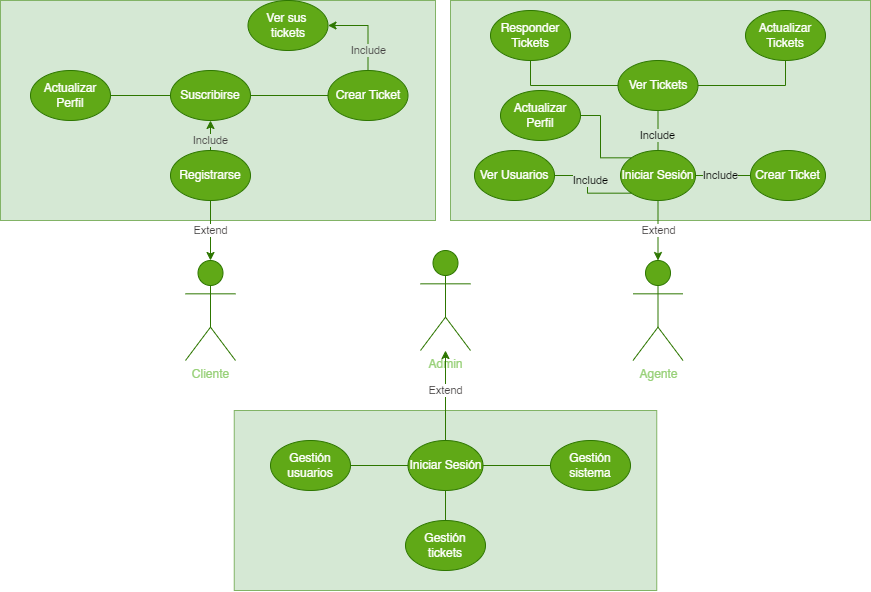
Above: Documentation/Diagrams/CasosUso.png in eloylozano/deskify (draw.io), before the change. Source tidied: cells renumbered, new cells last; positions are measured from the earlier drawing's top-left corner, leaving out a move shared by most shapes.
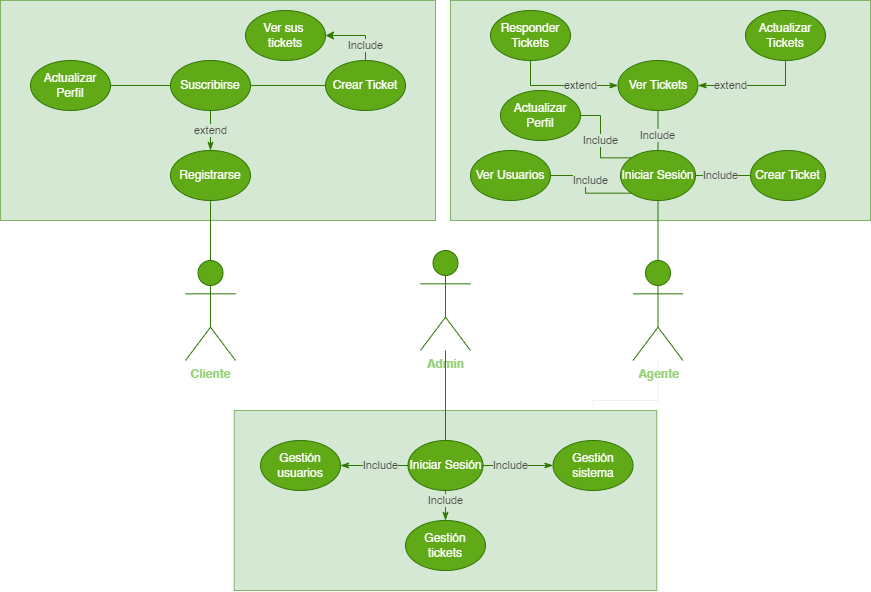
After the commit.

Change to the diagram source:
```diff
@@ -8,15 +8,13 @@
     <mxCell id="3" style="rounded=0;whiteSpace=wrap;html=1;fillColor=#d5e8d4;strokeColor=#82b366;" parent="1" vertex="1">
       <mxGeometry width="435" height="220" as="geometry" />
     </mxCell>
-    <mxCell id="4" style="edgeStyle=orthogonalEdgeStyle;rounded=0;jettySize=auto;html=1;fillColor=#60a917;strokeColor=#2D7600;exitX=0.5;exitY=1;exitDx=0;exitDy=0;entryX=0.5;entryY=0;entryDx=0;entryDy=0;entryPerimeter=0;" parent="1" edge="1" source="29" target="6">
+    <mxCell id="4" style="edgeStyle=orthogonalEdgeStyle;rounded=0;jettySize=auto;html=1;fillColor=#60a917;strokeColor=#2D7600;exitX=0.5;exitY=1;exitDx=0;exitDy=0;entryX=0.5;entryY=0;entryDx=0;entryDy=0;entryPerimeter=0;endArrow=none;endFill=0;" parent="1" edge="1" source="29" target="6">
       <mxGeometry relative="1" as="geometry" />
     </mxCell>
-    <mxCell id="5" value="Extend" style="edgeLabel;html=1;align=center;verticalAlign=middle;fontColor=#423F3F;labelBackgroundColor=#FFFFFF;" parent="4" vertex="1">
-      <mxGeometry x="-0.38" y="1" relative="1" as="geometry">
-        <mxPoint x="-1" y="11" as="offset" />
-      </mxGeometry>
-    </mxCell>
+    <mxCell id="48" style="edgeStyle=orthogonalEdgeStyle;rounded=0;jettySize=auto;html=1;" parent="1" edge="1" source="6" target="39">
+      <mxGeometry relative="1" as="geometry" />
+    </mxCell>
-    <mxCell id="6" value="&lt;font color=&quot;#97d077&quot;&gt;Agente&lt;/font&gt;" style="shape=umlActor;verticalLabelPosition=bottom;verticalAlign=top;html=1;outlineConnect=0;fillColor=#60a917;strokeColor=#2D7600;fontColor=#ffffff;" parent="1" vertex="1">
+    <mxCell id="6" value="&lt;font color=&quot;#97d077&quot;&gt;&lt;b&gt;Agente&lt;/b&gt;&lt;/font&gt;" style="shape=umlActor;verticalLabelPosition=bottom;verticalAlign=top;html=1;outlineConnect=0;fillColor=#60a917;strokeColor=#2D7600;fontColor=#ffffff;" parent="1" vertex="1">
       <mxGeometry x="632.5" y="260" width="50" height="100" as="geometry" />
     </mxCell>
     <mxCell id="7" style="edgeStyle=orthogonalEdgeStyle;rounded=0;jettySize=auto;html=1;entryX=1;entryY=0.5;entryDx=0;entryDy=0;fillColor=#60a917;strokeColor=#2D7600;" parent="1" edge="1" source="9" target="31">
@@ -28,16 +26,16 @@
       </mxGeometry>
     </mxCell>
     <mxCell id="9" value="Crear Ticket" style="ellipse;whiteSpace=wrap;html=1;fillColor=#60a917;fontColor=#ffffff;strokeColor=#2D7600;" parent="1" vertex="1">
-      <mxGeometry x="327.5" y="70" width="80" height="50" as="geometry" />
+      <mxGeometry x="325" y="60" width="80" height="50" as="geometry" />
     </mxCell>
-    <mxCell id="10" style="edgeStyle=orthogonalEdgeStyle;rounded=0;jettySize=auto;html=1;fillColor=#60a917;strokeColor=#2D7600;exitX=0.5;exitY=1;exitDx=0;exitDy=0;entryX=0.5;entryY=0;entryDx=0;entryDy=0;entryPerimeter=0;" parent="1" edge="1" source="24" target="11">
+    <mxCell id="10" style="edgeStyle=orthogonalEdgeStyle;rounded=0;jettySize=auto;html=1;fillColor=#60a917;strokeColor=#2D7600;exitX=0.5;exitY=1;exitDx=0;exitDy=0;entryX=0.5;entryY=0;entryDx=0;entryDy=0;entryPerimeter=0;endArrow=none;endFill=0;" parent="1" edge="1" source="24" target="11">
       <mxGeometry relative="1" as="geometry" />
     </mxCell>
-    <mxCell id="11" value="&lt;font color=&quot;#97d077&quot;&gt;Cliente&lt;/font&gt;" style="shape=umlActor;verticalLabelPosition=bottom;verticalAlign=top;html=1;outlineConnect=0;fillColor=#60a917;strokeColor=#2D7600;fontColor=#ffffff;" parent="1" vertex="1">
+    <mxCell id="11" value="&lt;font color=&quot;#97d077&quot;&gt;&lt;b&gt;Cliente&lt;/b&gt;&lt;/font&gt;" style="shape=umlActor;verticalLabelPosition=bottom;verticalAlign=top;html=1;outlineConnect=0;fillColor=#60a917;strokeColor=#2D7600;fontColor=#ffffff;" parent="1" vertex="1">
       <mxGeometry x="185" y="260" width="50" height="100" as="geometry" />
     </mxCell>
     <mxCell id="12" value="Actualizar Perfil" style="ellipse;whiteSpace=wrap;html=1;fillColor=#60a917;strokeColor=#2D7600;fontColor=#ffffff;" parent="1" vertex="1">
-      <mxGeometry x="30" y="70" width="80" height="50" as="geometry" />
+      <mxGeometry x="30" y="60" width="80" height="50" as="geometry" />
     </mxCell>
     <mxCell id="13" value="Crear Ticket" style="ellipse;whiteSpace=wrap;html=1;fillColor=#60a917;strokeColor=#2D7600;fontColor=#ffffff;" parent="1" vertex="1">
       <mxGeometry x="750" y="150" width="75" height="50" as="geometry" />
@@ -45,10 +43,10 @@
     <mxCell id="14" value="Responder Tickets" style="ellipse;whiteSpace=wrap;html=1;fillColor=#60a917;fontColor=#ffffff;strokeColor=#2D7600;" parent="1" vertex="1">
       <mxGeometry x="490" y="10" width="80" height="50" as="geometry" />
     </mxCell>
-    <mxCell id="15" style="edgeStyle=orthogonalEdgeStyle;rounded=0;jettySize=auto;html=1;entryX=0.5;entryY=1;entryDx=0;entryDy=0;fillColor=#60a917;strokeColor=#2D7600;endArrow=none;endFill=0;" parent="1" edge="1" source="17" target="14">
+    <mxCell id="15" style="edgeStyle=orthogonalEdgeStyle;rounded=0;jettySize=auto;html=1;entryX=0.5;entryY=1;entryDx=0;entryDy=0;fillColor=#60a917;strokeColor=#2D7600;endArrow=none;endFill=0;startArrow=classicThin;startFill=1;" parent="1" edge="1" source="17" target="14">
       <mxGeometry relative="1" as="geometry" />
     </mxCell>
-    <mxCell id="16" style="edgeStyle=orthogonalEdgeStyle;rounded=0;jettySize=auto;html=1;entryX=0.5;entryY=1;entryDx=0;entryDy=0;fillColor=#60a917;strokeColor=#2D7600;endArrow=none;endFill=0;" parent="1" edge="1" source="17" target="18">
+    <mxCell id="16" style="edgeStyle=orthogonalEdgeStyle;rounded=0;jettySize=auto;html=1;entryX=0.5;entryY=1;entryDx=0;entryDy=0;fillColor=#60a917;strokeColor=#2D7600;endArrow=none;endFill=0;startArrow=classicThin;startFill=1;" parent="1" edge="1" source="17" target="18">
       <mxGeometry relative="1" as="geometry" />
     </mxCell>
     <mxCell id="17" value="Ver Tickets" style="ellipse;whiteSpace=wrap;html=1;fillColor=#60a917;fontColor=#ffffff;strokeColor=#2D7600;" parent="1" vertex="1">
@@ -60,16 +58,16 @@
     <mxCell id="19" style="edgeStyle=orthogonalEdgeStyle;rounded=0;jettySize=auto;html=1;entryX=1;entryY=0.5;entryDx=0;entryDy=0;fillColor=#60a917;strokeColor=#2D7600;endArrow=none;endFill=0;" parent="1" edge="1" source="22" target="12">
       <mxGeometry relative="1" as="geometry" />
     </mxCell>
-    <mxCell id="20" style="edgeStyle=orthogonalEdgeStyle;rounded=0;jettySize=auto;html=1;entryX=0.5;entryY=0;entryDx=0;entryDy=0;fillColor=#60a917;strokeColor=#2D7600;startArrow=classic;startFill=1;endArrow=none;endFill=0;" parent="1" edge="1" source="22" target="24">
+    <mxCell id="20" style="edgeStyle=orthogonalEdgeStyle;rounded=0;jettySize=auto;html=1;entryX=0.5;entryY=0;entryDx=0;entryDy=0;fillColor=#60a917;strokeColor=#2D7600;startArrow=none;startFill=0;endArrow=classicThin;endFill=1;" parent="1" edge="1" source="22" target="24">
       <mxGeometry relative="1" as="geometry" />
     </mxCell>
-    <mxCell id="21" value="Include" style="edgeLabel;html=1;align=center;verticalAlign=middle;labelBackgroundColor=#D5E8D4;fontColor=#423F3F;" parent="20" vertex="1">
+    <mxCell id="21" value="extend" style="edgeLabel;html=1;align=center;verticalAlign=middle;labelBackgroundColor=#D5E8D4;fontColor=#423F3F;" parent="20" vertex="1">
       <mxGeometry x="0.25" relative="1" as="geometry">
-        <mxPoint y="9" as="offset" />
+        <mxPoint y="-5" as="offset" />
       </mxGeometry>
     </mxCell>
     <mxCell id="22" value="Suscribirse" style="ellipse;whiteSpace=wrap;html=1;fillColor=#60a917;strokeColor=#2D7600;fontColor=#ffffff;" parent="1" vertex="1">
-      <mxGeometry x="170" y="70" width="80" height="50" as="geometry" />
+      <mxGeometry x="170" y="60" width="80" height="50" as="geometry" />
     </mxCell>
     <mxCell id="23" style="edgeStyle=orthogonalEdgeStyle;rounded=0;jettySize=auto;html=1;entryX=0;entryY=0.5;entryDx=0;entryDy=0;fillColor=#60a917;strokeColor=#2D7600;exitX=1;exitY=0.5;exitDx=0;exitDy=0;endArrow=none;endFill=0;" parent="1" edge="1" source="22" target="9">
       <mxGeometry relative="1" as="geometry" />
@@ -80,7 +78,7 @@
     <mxCell id="25" style="edgeStyle=orthogonalEdgeStyle;rounded=0;jettySize=auto;html=1;entryX=0.5;entryY=1;entryDx=0;entryDy=0;fillColor=#60a917;strokeColor=#2D7600;endArrow=none;endFill=0;" parent="1" edge="1" source="29" target="17">
       <mxGeometry relative="1" as="geometry" />
     </mxCell>
-    <mxCell id="26" value="Include" style="edgeLabel;html=1;align=center;verticalAlign=middle;labelBackgroundColor=#D5E8D4;fontColor=#000000;" parent="25" vertex="1">
+    <mxCell id="26" value="Include" style="edgeLabel;html=1;align=center;verticalAlign=middle;labelBackgroundColor=#D5E8D4;fontColor=#423F3F;" parent="25" vertex="1">
       <mxGeometry x="-0.26" y="1" relative="1" as="geometry" />
     </mxCell>
     <mxCell id="27" style="edgeStyle=orthogonalEdgeStyle;rounded=0;jettySize=auto;html=1;entryX=0;entryY=0.5;entryDx=0;entryDy=0;fillColor=#60a917;strokeColor=#2D7600;endArrow=none;endFill=0;" parent="1" edge="1" source="29" target="13">
@@ -96,21 +94,21 @@
       <mxGeometry x="500" y="90" width="80" height="50" as="geometry" />
     </mxCell>
     <mxCell id="31" value="Ver sus&amp;nbsp;&lt;br&gt;tickets" style="ellipse;whiteSpace=wrap;html=1;fillColor=#60a917;strokeColor=#2D7600;fontColor=#ffffff;" parent="1" vertex="1">
-      <mxGeometry x="247.5" width="80" height="50" as="geometry" />
+      <mxGeometry x="245" y="10" width="80" height="50" as="geometry" />
     </mxCell>
-    <mxCell id="32" value="&lt;span style=&quot;background-color: rgb(255, 255, 255);&quot;&gt;&lt;font color=&quot;#97d077&quot;&gt;Admin&lt;/font&gt;&lt;/span&gt;" style="shape=umlActor;verticalLabelPosition=bottom;verticalAlign=top;html=1;outlineConnect=0;fillColor=#60a917;strokeColor=#2D7600;fontColor=#ffffff;" parent="1" vertex="1">
+    <mxCell id="32" value="&lt;span style=&quot;background-color: rgb(255, 255, 255);&quot;&gt;&lt;font color=&quot;#97d077&quot;&gt;&lt;b&gt;Admin&lt;/b&gt;&lt;/font&gt;&lt;/span&gt;" style="shape=umlActor;verticalLabelPosition=bottom;verticalAlign=top;html=1;outlineConnect=0;fillColor=#60a917;strokeColor=#2D7600;fontColor=#ffffff;" parent="1" vertex="1">
       <mxGeometry x="420" y="250" width="50" height="100" as="geometry" />
     </mxCell>
     <mxCell id="33" style="rounded=0;whiteSpace=wrap;html=1;fillColor=#d5e8d4;strokeColor=#82b366;" parent="1" vertex="1">
       <mxGeometry x="233.8" y="410" width="422.5" height="180" as="geometry" />
     </mxCell>
-    <mxCell id="34" style="edgeStyle=orthogonalEdgeStyle;rounded=0;jettySize=auto;html=1;entryX=0;entryY=0.5;entryDx=0;entryDy=0;fillColor=#60a917;strokeColor=#2D7600;endArrow=none;endFill=0;" parent="1" edge="1" source="37" target="39">
+    <mxCell id="34" style="edgeStyle=orthogonalEdgeStyle;rounded=0;jettySize=auto;html=1;entryX=0;entryY=0.5;entryDx=0;entryDy=0;fillColor=#60a917;strokeColor=#2D7600;endArrow=classicThin;endFill=1;" parent="1" edge="1" source="37" target="39">
       <mxGeometry relative="1" as="geometry" />
     </mxCell>
-    <mxCell id="35" style="edgeStyle=orthogonalEdgeStyle;rounded=0;jettySize=auto;html=1;entryX=1;entryY=0.5;entryDx=0;entryDy=0;fillColor=#60a917;strokeColor=#2D7600;endArrow=none;endFill=0;" parent="1" edge="1" source="37" target="40">
+    <mxCell id="35" style="edgeStyle=orthogonalEdgeStyle;rounded=0;jettySize=auto;html=1;entryX=1;entryY=0.5;entryDx=0;entryDy=0;fillColor=#60a917;strokeColor=#2D7600;endArrow=classicThin;endFill=1;" parent="1" edge="1" source="37" target="40">
       <mxGeometry relative="1" as="geometry" />
     </mxCell>
-    <mxCell id="36" style="edgeStyle=orthogonalEdgeStyle;rounded=0;jettySize=auto;html=1;entryX=0.5;entryY=0;entryDx=0;entryDy=0;fillColor=#60a917;strokeColor=#2D7600;endArrow=none;endFill=0;" parent="1" edge="1" source="37" target="38">
+    <mxCell id="36" style="edgeStyle=orthogonalEdgeStyle;rounded=0;jettySize=auto;html=1;entryX=0.5;entryY=0;entryDx=0;entryDy=0;fillColor=#60a917;strokeColor=#2D7600;endArrow=classicThin;endFill=1;" parent="1" edge="1" source="37" target="38">
       <mxGeometry relative="1" as="geometry" />
     </mxCell>
     <mxCell id="37" value="Iniciar Sesión" style="ellipse;whiteSpace=wrap;html=1;fillColor=#60a917;strokeColor=#2D7600;fontColor=#ffffff;" parent="1" vertex="1">
@@ -120,33 +118,43 @@
       <mxGeometry x="405" y="520" width="80" height="50" as="geometry" />
     </mxCell>
     <mxCell id="39" value="Gestión sistema" style="ellipse;whiteSpace=wrap;html=1;fillColor=#60a917;fontColor=#ffffff;strokeColor=#2D7600;" parent="1" vertex="1">
-      <mxGeometry x="550" y="440" width="80" height="50" as="geometry" />
+      <mxGeometry x="552.5" y="440" width="80" height="50" as="geometry" />
     </mxCell>
     <mxCell id="40" value="Gestión usuarios" style="ellipse;whiteSpace=wrap;html=1;fillColor=#60a917;fontColor=#ffffff;strokeColor=#2D7600;" parent="1" vertex="1">
-      <mxGeometry x="270" y="440" width="80" height="50" as="geometry" />
+      <mxGeometry x="260" y="440" width="80" height="50" as="geometry" />
     </mxCell>
-    <mxCell id="41" style="edgeStyle=orthogonalEdgeStyle;rounded=0;jettySize=auto;html=1;fillColor=#60a917;strokeColor=#2D7600;exitX=0.5;exitY=0;exitDx=0;exitDy=0;" parent="1" edge="1" source="37" target="32">
+    <mxCell id="41" style="edgeStyle=orthogonalEdgeStyle;rounded=0;jettySize=auto;html=1;fillColor=#60a917;strokeColor=#2D7600;exitX=0.5;exitY=0;exitDx=0;exitDy=0;endArrow=none;endFill=0;" parent="1" edge="1" source="37" target="32">
       <mxGeometry relative="1" as="geometry" />
     </mxCell>
-    <mxCell id="42" value="Extend" style="edgeLabel;html=1;align=center;verticalAlign=middle;fontColor=#423F3F;labelBackgroundColor=#FFFFFF;" parent="41" vertex="1">
-      <mxGeometry x="-0.14" y="2" relative="1" as="geometry">
-        <mxPoint x="2" y="-11" as="offset" />
-      </mxGeometry>
-    </mxCell>
-    <mxCell id="43" value="Extend" style="edgeLabel;html=1;align=center;verticalAlign=middle;fontColor=#423F3F;labelBackgroundColor=#FFFFFF;" parent="1" vertex="1">
-      <mxGeometry x="210" y="230" as="geometry" />
-    </mxCell>
     <mxCell id="44" style="edgeStyle=orthogonalEdgeStyle;rounded=0;jettySize=auto;html=1;entryX=1;entryY=0.5;entryDx=0;entryDy=0;fillColor=#60a917;strokeColor=#2D7600;endArrow=none;endFill=0;exitX=0;exitY=1;exitDx=0;exitDy=0;" parent="1" edge="1" source="29" target="45">
       <mxGeometry relative="1" as="geometry" />
     </mxCell>
     <mxCell id="45" value="Ver Usuarios" style="ellipse;whiteSpace=wrap;html=1;fillColor=#60a917;strokeColor=#2D7600;fontColor=#ffffff;" parent="1" vertex="1">
-      <mxGeometry x="474" y="150" width="80" height="50" as="geometry" />
+      <mxGeometry x="470" y="150" width="80" height="50" as="geometry" />
     </mxCell>
-    <mxCell id="46" value="Include" style="edgeLabel;html=1;align=center;verticalAlign=middle;labelBackgroundColor=#D5E8D4;fontColor=#000000;" parent="1" vertex="1">
+    <mxCell id="46" value="Include" style="edgeLabel;html=1;align=center;verticalAlign=middle;labelBackgroundColor=#D5E8D4;fontColor=#423F3F;" parent="1" vertex="1">
       <mxGeometry x="590" y="180" as="geometry" />
     </mxCell>
-    <mxCell id="47" value="Include" style="edgeLabel;html=1;align=center;verticalAlign=middle;labelBackgroundColor=#D5E8D4;fontColor=#000000;" parent="1" vertex="1">
+    <mxCell id="47" value="Include" style="edgeLabel;html=1;align=center;verticalAlign=middle;labelBackgroundColor=#D5E8D4;fontColor=#423F3F;" parent="1" vertex="1">
       <mxGeometry x="720" y="175" as="geometry" />
     </mxCell>
+    <mxCell id="49" value="extend" style="edgeLabel;html=1;align=center;verticalAlign=middle;labelBackgroundColor=#D5E8D4;fontColor=#423F3F;" parent="1" vertex="1">
+      <mxGeometry x="580" y="85" as="geometry" />
+    </mxCell>
+    <mxCell id="50" value="extend" style="edgeLabel;html=1;align=center;verticalAlign=middle;labelBackgroundColor=#D5E8D4;fontColor=#423F3F;" parent="1" vertex="1">
+      <mxGeometry x="730" y="85" as="geometry" />
+    </mxCell>
+    <mxCell id="51" value="Include" style="edgeLabel;html=1;align=center;verticalAlign=middle;labelBackgroundColor=#D5E8D4;fontColor=#423F3F;" parent="1" vertex="1">
+      <mxGeometry x="600" y="140" as="geometry" />
+    </mxCell>
+    <mxCell id="52" value="Include" style="edgeLabel;html=1;align=center;verticalAlign=middle;labelBackgroundColor=#D5E8D4;fontColor=#423F3F;" parent="1" vertex="1">
+      <mxGeometry x="510" y="465" as="geometry" />
+    </mxCell>
+    <mxCell id="53" value="Include" style="edgeLabel;html=1;align=center;verticalAlign=middle;labelBackgroundColor=#D5E8D4;fontColor=#423F3F;" parent="1" vertex="1">
+      <mxGeometry x="445" y="500" as="geometry" />
+    </mxCell>
+    <mxCell id="54" value="Include" style="edgeLabel;html=1;align=center;verticalAlign=middle;labelBackgroundColor=#D5E8D4;fontColor=#423F3F;" parent="1" vertex="1">
+      <mxGeometry x="380" y="465" as="geometry" />
+    </mxCell>
   </root>
 </mxGraphModel>
```
